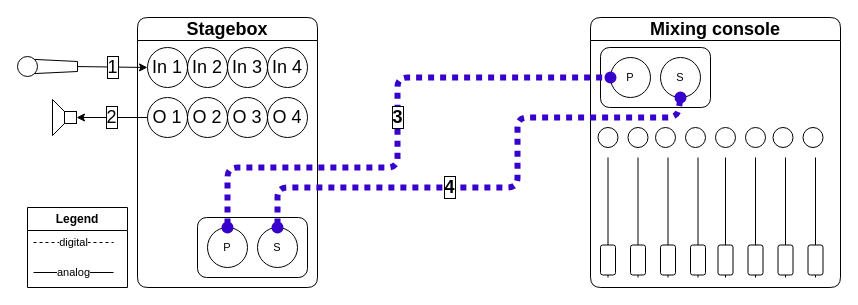
Earlier version of the draw.io diagram static/images/audio-setup.drawio (avb-academy/avb_academy). Source tidied: cells renumbered, new cells numbered last; positions are measured from the earlier drawing's top-left corner, leaving out a move shared by most shapes. Both pictures are drawn from the tidied source at 100%, with x=0, y=0 at pixel (17, 17).
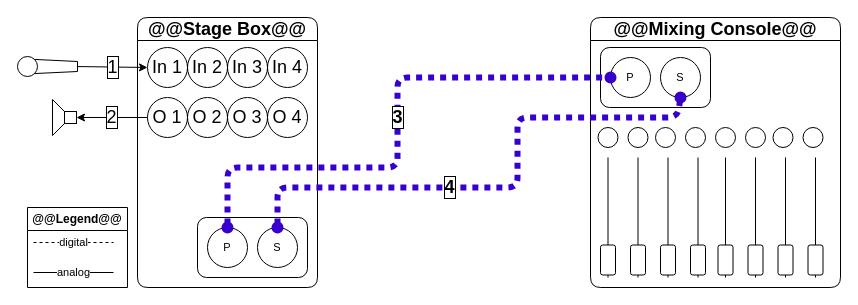
The same page after the edit.

Change to the diagram source:
```diff
@@
-    <mxCell id="9" value="Stagebox" style="swimlane;whiteSpace=wrap;html=1;rounded=1;fontFamily=Helvetica;fontSize=18;fontColor=default;fillColor=none;" parent="1" vertex="1">
+    <mxCell id="9" value="@@Stage Box@@" style="swimlane;whiteSpace=wrap;html=1;rounded=1;fontFamily=Helvetica;fontSize=18;fontColor=default;fillColor=none;" parent="1" vertex="1">
       <mxGeometry x="120" width="180" height="270" as="geometry" />
     </mxCell>
@@
-    <mxCell id="22" value="Mixing console" style="swimlane;whiteSpace=wrap;html=1;rounded=1;fontFamily=Helvetica;fontSize=18;fontColor=default;fillColor=none;" parent="1" vertex="1">
+    <mxCell id="22" value="@@Mixing Console@@" style="swimlane;whiteSpace=wrap;html=1;rounded=1;fontFamily=Helvetica;fontSize=18;fontColor=default;fillColor=none;" parent="1" vertex="1">
       <mxGeometry x="573" width="250" height="270" as="geometry" />
     </mxCell>
@@
-    <mxCell id="68" value="Legend" style="swimlane;whiteSpace=wrap;html=1;" parent="1" vertex="1">
+    <mxCell id="68" value="@@Legend@@" style="swimlane;whiteSpace=wrap;html=1;" parent="1" vertex="1">
       <mxGeometry x="10" y="190" width="100" height="80" as="geometry" />
     </mxCell>
```
